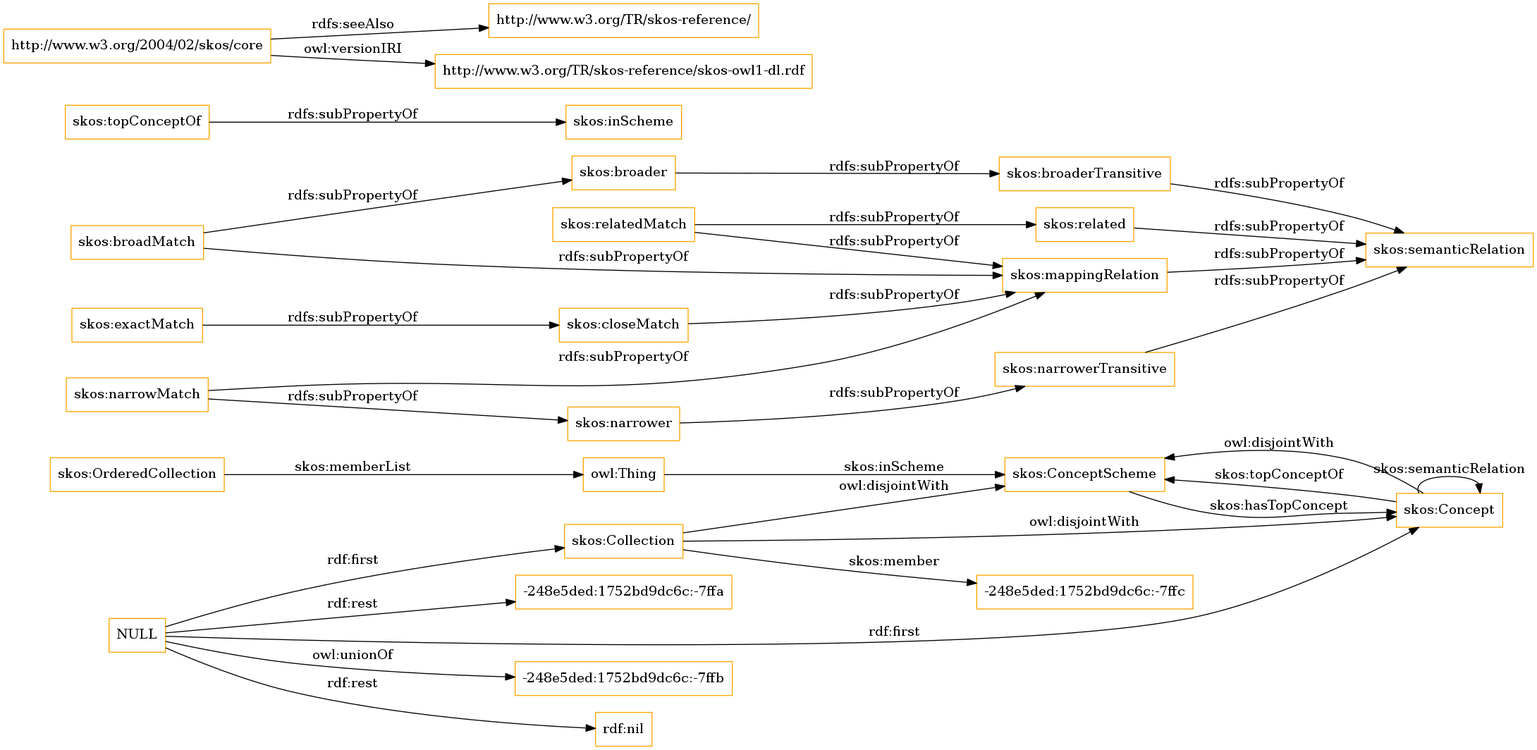
This is OnToology/imports/skos.owl/diagrams/ar2dtool-class/skos.owl.png from OnToologyUser/core-ontology-1, a Graphviz export, as it was before one commit. Its source is kept beside it as OnToology/imports/skos.owl/diagrams/ar2dtool-class/skos.owl.png.dot.
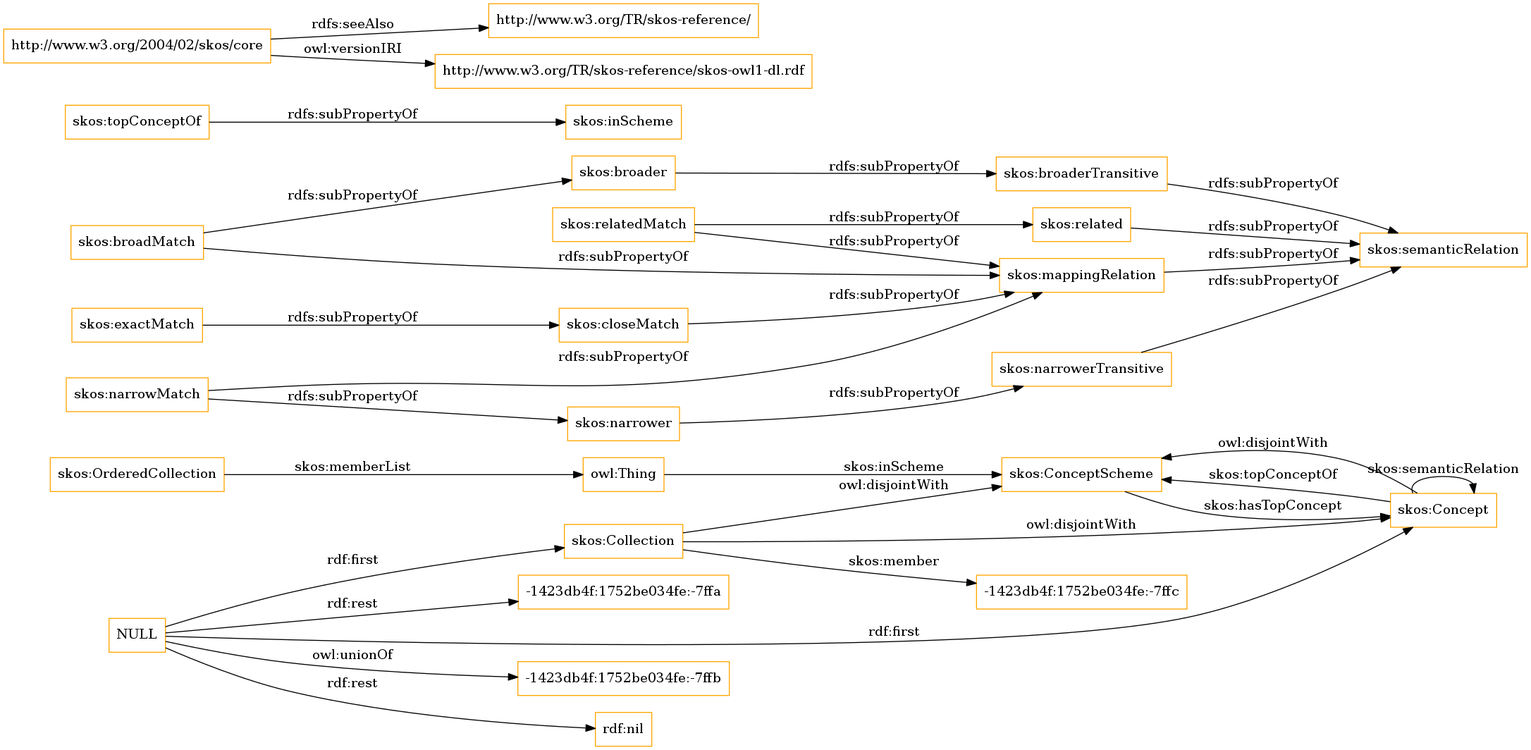
The same diagram one commit later.

Change to the diagram source:
```diff
@@ -1,12 +1,12 @@
 digraph ar2dtool_diagram {
 rankdir=LR;
 size="1501"
-node [shape = rectangle, color="orange"]; "skos:OrderedCollection" "skos:ConceptScheme" "skos:Concept" "skos:Collection" "-248e5ded:1752bd9dc6c:-7ffc" ; /*classes style*/
+node [shape = rectangle, color="orange"]; "skos:OrderedCollection" "skos:ConceptScheme" "skos:Concept" "skos:Collection" "-1423db4f:1752be034fe:-7ffc" ; /*classes style*/
 	"skos:narrowerTransitive" -> "skos:semanticRelation" [ label = "rdfs:subPropertyOf" ];
-	"NULL" -> "-248e5ded:1752bd9dc6c:-7ffb" [ label = "owl:unionOf" ];
+	"NULL" -> "-1423db4f:1752be034fe:-7ffb" [ label = "owl:unionOf" ];
 	"NULL" -> "rdf:nil" [ label = "rdf:rest" ];
 	"NULL" -> "skos:Concept" [ label = "rdf:first" ];
-	"NULL" -> "-248e5ded:1752bd9dc6c:-7ffa" [ label = "rdf:rest" ];
+	"NULL" -> "-1423db4f:1752be034fe:-7ffa" [ label = "rdf:rest" ];
 	"NULL" -> "skos:Collection" [ label = "rdf:first" ];
 	"skos:closeMatch" -> "skos:mappingRelation" [ label = "rdfs:subPropertyOf" ];
 	"skos:Concept" -> "skos:ConceptScheme" [ label = "owl:disjointWith" ];
@@ -30,7 +30,7 @@
 	"skos:OrderedCollection" -> "owl:Thing" [ label = "skos:memberList" ];
 	"skos:Concept" -> "skos:ConceptScheme" [ label = "skos:topConceptOf" ];
 	"skos:Concept" -> "skos:Concept" [ label = "skos:semanticRelation" ];
-	"skos:Collection" -> "-248e5ded:1752bd9dc6c:-7ffc" [ label = "skos:member" ];
+	"skos:Collection" -> "-1423db4f:1752be034fe:-7ffc" [ label = "skos:member" ];
 	"skos:ConceptScheme" -> "skos:Concept" [ label = "skos:hasTopConcept" ];
 	"owl:Thing" -> "skos:ConceptScheme" [ label = "skos:inScheme" ];
 
```
